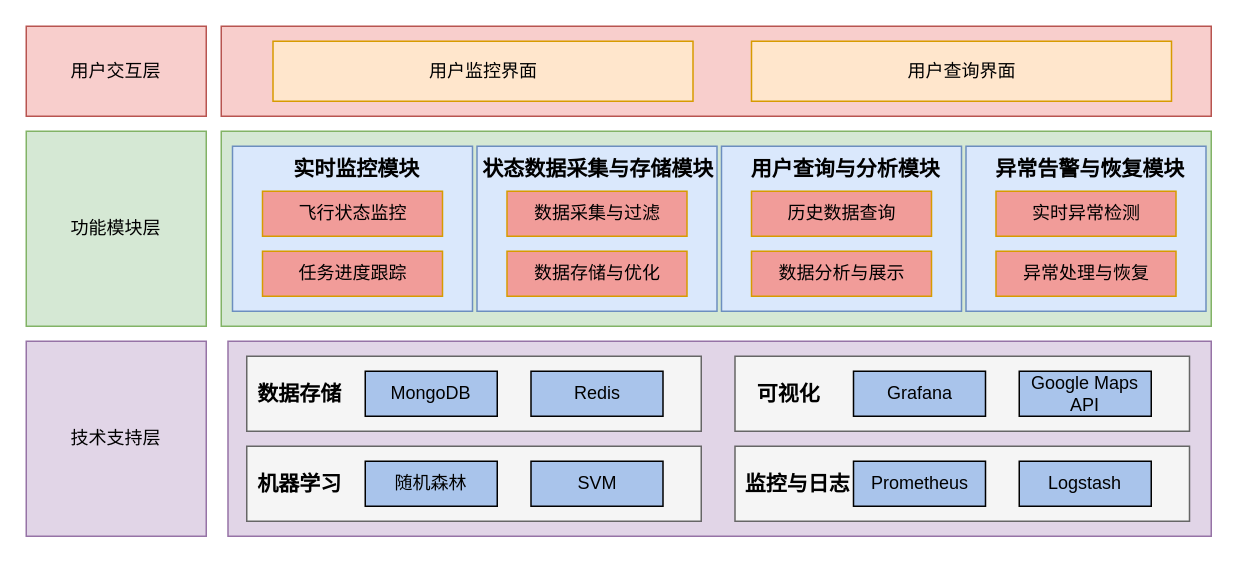
jiaojb/py-crawler keeps this draw.io diagram as 无人机监控与查询技术框架图 .drawio. Above is the earlier version. Source tidied: cells renumbered, new cells numbered last; positions are measured from the earlier drawing's top-left corner, leaving out a move shared by most shapes. Both pictures are drawn from the tidied source at 150%, with x=0, y=0 at pixel (26, 26).
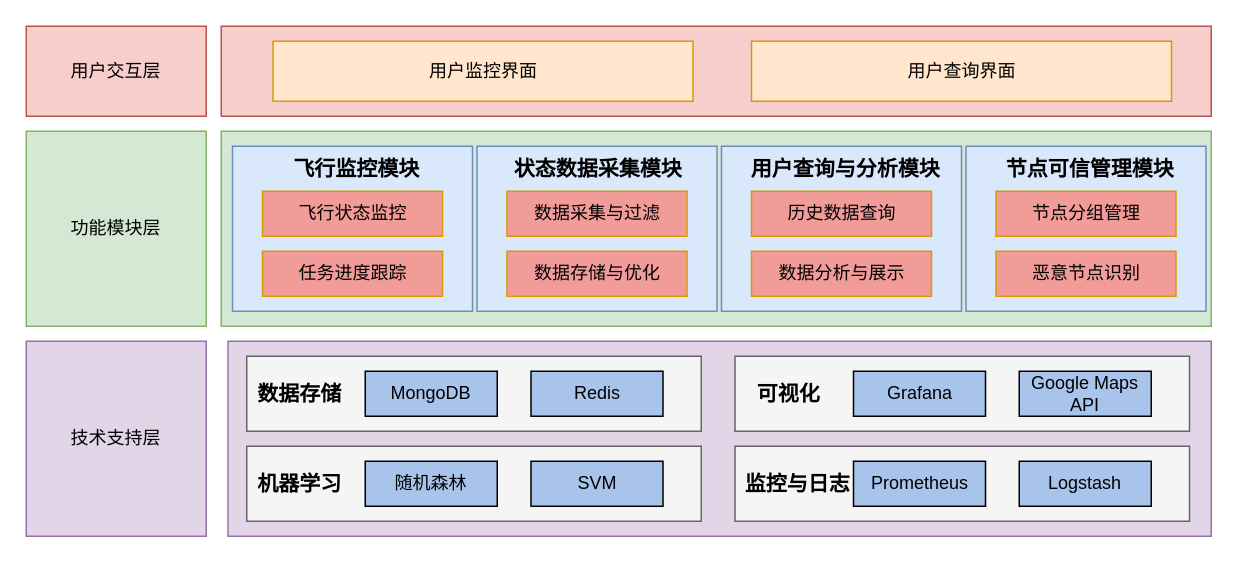
The same page after the edit.

Commit message:
更新无人机监控与查询技术框架图 .drawio

The edit, as a diff of the source:
```diff
@@
-    <mxCell id="11" value="&lt;b&gt;&lt;font style=&quot;font-size: 14px;&quot;&gt;实时监控模块&lt;/font&gt;&lt;/b&gt;" style="text;html=1;align=center;verticalAlign=middle;strokeColor=none;fillColor=none;" parent="1" vertex="1">
+    <mxCell id="11" value="&lt;b&gt;&lt;font style=&quot;font-size: 14px;&quot;&gt;飞行监控模块&lt;/font&gt;&lt;/b&gt;" style="text;html=1;align=center;verticalAlign=middle;strokeColor=none;fillColor=none;" parent="1" vertex="1">
       <mxGeometry x="164.5" y="80" width="110" height="30" as="geometry" />
     </mxCell>
@@
-    <mxCell id="15" value="&lt;b&gt;&lt;font style=&quot;font-size: 14px;&quot;&gt;状态数据采集与存储模块&lt;/font&gt;&lt;/b&gt;" style="text;html=1;align=center;verticalAlign=middle;strokeColor=none;fillColor=none;" parent="1" vertex="1">
-      <mxGeometry x="290.5" y="80" width="180" height="30" as="geometry" />
+    <mxCell id="15" value="&lt;b&gt;&lt;font style=&quot;font-size: 14px;&quot;&gt;状态数据采集模块&lt;/font&gt;&lt;/b&gt;" style="text;html=1;align=center;verticalAlign=middle;strokeColor=none;fillColor=none;" parent="1" vertex="1">
+      <mxGeometry x="310.5" y="80" width="140" height="30" as="geometry" />
     </mxCell>
@@
-    <mxCell id="21" value="实时异常检测" style="rounded=0;whiteSpace=wrap;html=1;fillColor=#F19C99;strokeColor=#d79b00;" parent="1" vertex="1">
+    <mxCell id="21" value="节点分组管理" style="rounded=0;whiteSpace=wrap;html=1;fillColor=#F19C99;strokeColor=#d79b00;" parent="1" vertex="1">
       <mxGeometry x="646.5" y="110" width="120" height="30" as="geometry" />
     </mxCell>
-    <mxCell id="22" value="异常处理与恢复 " style="rounded=0;whiteSpace=wrap;html=1;fillColor=#F19C99;strokeColor=#d79b00;" parent="1" vertex="1">
+    <mxCell id="22" value="恶意节点识别 " style="rounded=0;whiteSpace=wrap;html=1;fillColor=#F19C99;strokeColor=#d79b00;" parent="1" vertex="1">
       <mxGeometry x="646.5" y="150" width="120" height="30" as="geometry" />
     </mxCell>
-    <mxCell id="23" value="&lt;b&gt;&lt;font style=&quot;font-size: 14px;&quot;&gt;异常告警与恢复模块&lt;/font&gt;&lt;/b&gt;" style="text;html=1;align=center;verticalAlign=middle;strokeColor=none;fillColor=none;" parent="1" vertex="1">
-      <mxGeometry x="633.5" y="80" width="150" height="30" as="geometry" />
+    <mxCell id="23" value="&lt;b&gt;&lt;font style=&quot;font-size: 14px;&quot;&gt;节点可信管理模块&lt;/font&gt;&lt;/b&gt;" style="text;html=1;align=center;verticalAlign=middle;strokeColor=none;fillColor=none;" parent="1" vertex="1">
+      <mxGeometry x="638.5" y="80" width="140" height="30" as="geometry" />
     </mxCell>
```
